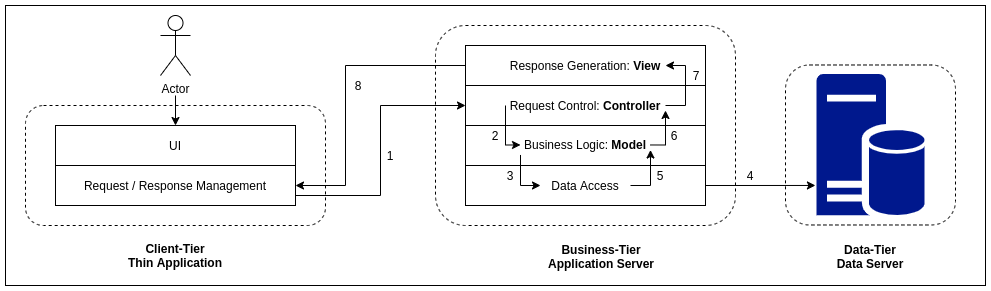
oiraqi/eas keeps this draw.io diagram as P1-Big-Picture/MVC.png. Above is the earlier version. Source tidied: cells renumbered, new cells last; positions are measured from the earlier drawing's top-left corner, leaving out a move shared by most shapes.
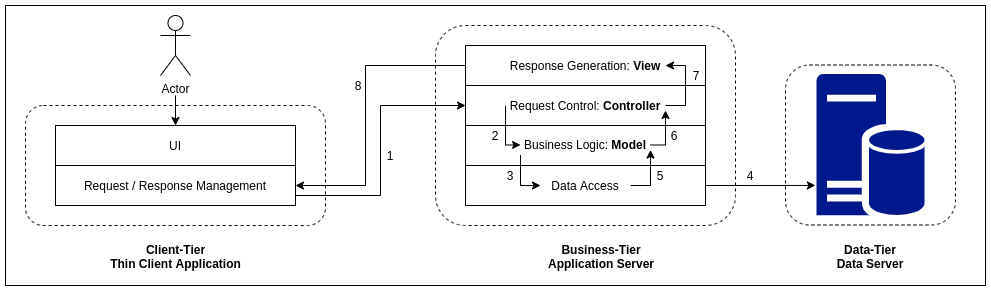
After the commit.

What changed in the source:
```diff
@@ -19,8 +19,8 @@
     <mxCell id="6" style="rounded=0;whiteSpace=wrap;html=1;" parent="1" vertex="1">
       <mxGeometry x="50" y="120" width="240" height="40" as="geometry" />
     </mxCell>
-    <mxCell id="7" value="Client-Tier&lt;br&gt;Thin Application" style="text;html=1;strokeColor=none;fillColor=none;align=center;verticalAlign=middle;whiteSpace=wrap;rounded=0;fontStyle=1;" parent="1" vertex="1">
-      <mxGeometry x="115" y="240" width="110" height="20" as="geometry" />
+    <mxCell id="7" value="Client-Tier&lt;br&gt;Thin Client Application" style="text;html=1;strokeColor=none;fillColor=none;align=center;verticalAlign=middle;whiteSpace=wrap;rounded=0;fontStyle=1;" parent="1" vertex="1">
+      <mxGeometry x="102.5" y="240.5" width="135" height="20" as="geometry" />
     </mxCell>
     <mxCell id="8" value="UI" style="text;html=1;strokeColor=none;fillColor=none;align=center;verticalAlign=middle;whiteSpace=wrap;rounded=0;" parent="1" vertex="1">
       <mxGeometry x="150" y="130" width="40" height="20" as="geometry" />
@@ -77,8 +77,8 @@
       <mxGeometry relative="1" as="geometry">
         <mxPoint x="290" y="180" as="targetPoint" />
         <Array as="points">
-          <mxPoint x="340" y="60" />
-          <mxPoint x="340" y="180" />
+          <mxPoint x="360" y="60" />
+          <mxPoint x="360" y="180" />
         </Array>
       </mxGeometry>
     </mxCell>
```
